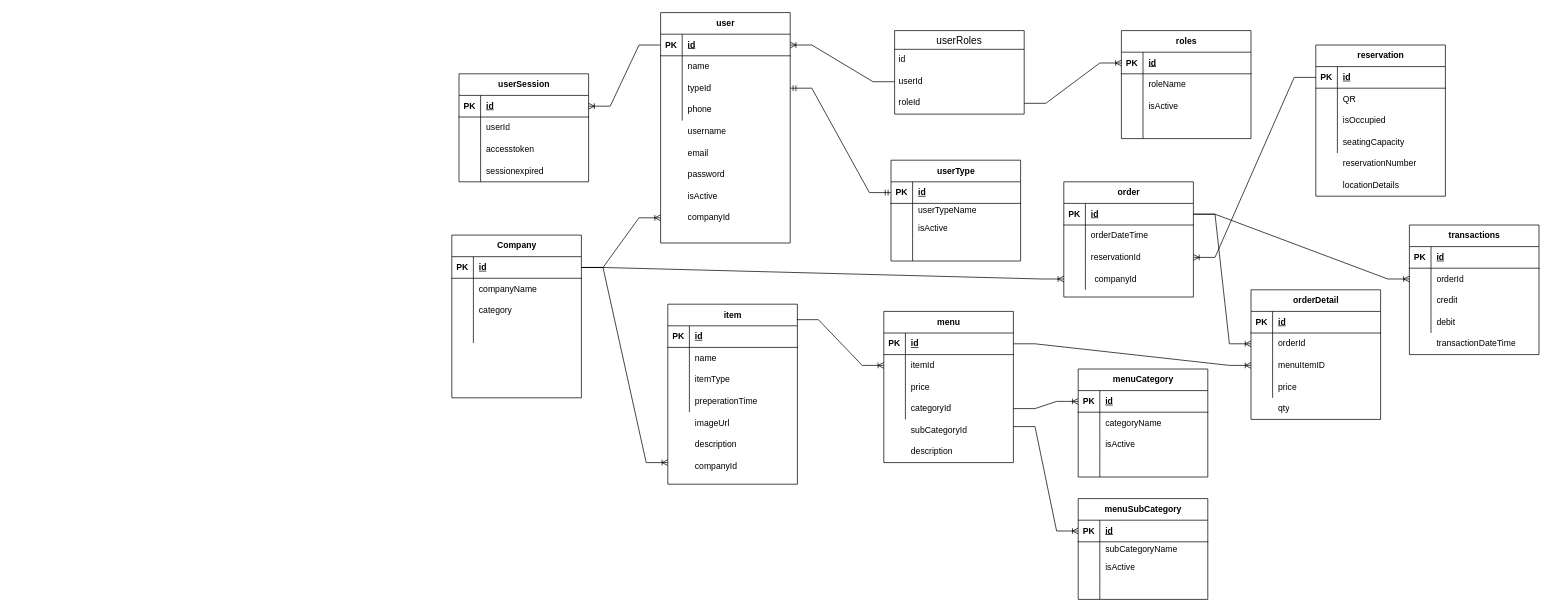
Before: resturant-erd.drawio in zakk616/resturant-erd, a draw.io diagram. Source tidied: cells renumbered, new cells numbered last; positions are measured from the earlier drawing's top-left corner, leaving out a move shared by most shapes. Both pictures are drawn from the tidied source at 72%, with x=0, y=0 at pixel (372, 12).
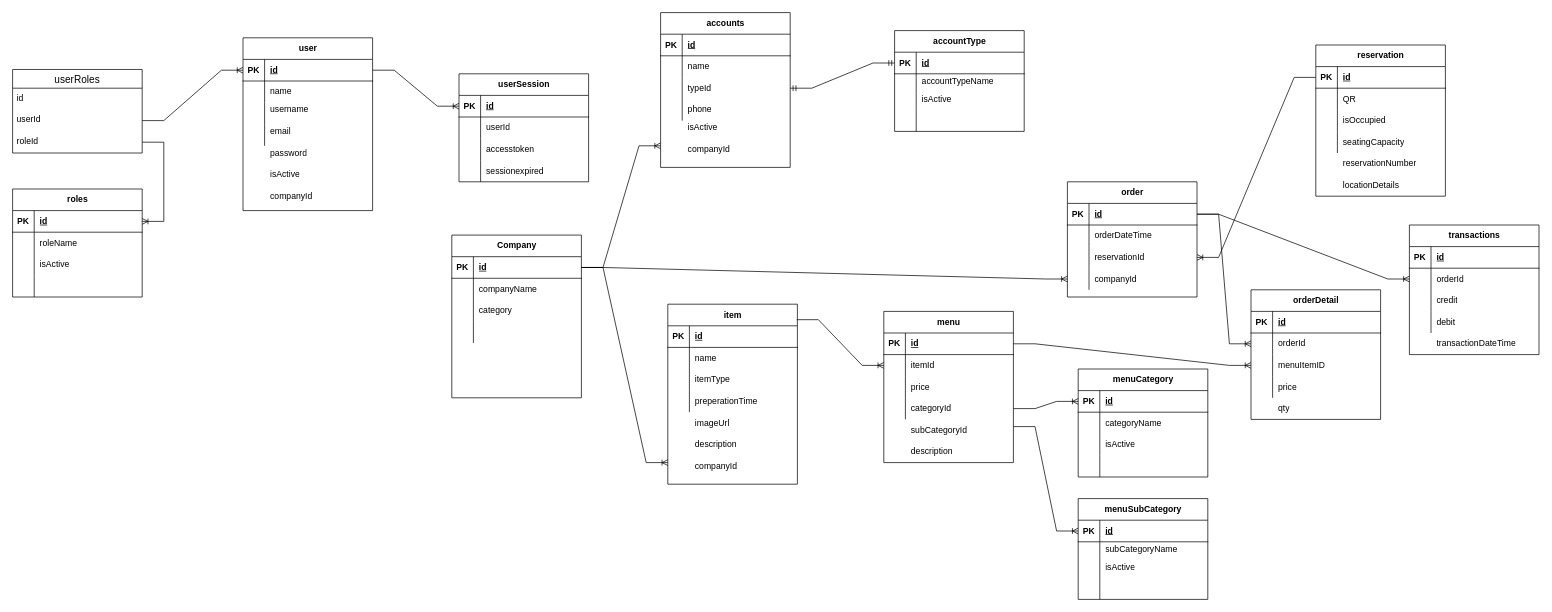
After the change.

Commit message:
separated user and accounts

Unchanged cells that the change refers to:
```xml
<mxCell id="3" style="shape=tableRow;horizontal=0;startSize=0;swimlaneHead=0;swimlaneBody=0;fillColor=none;points=[[0,0.5],[1,0.5]];portConstraint=eastwest;top=0;left=0;right=0;bottom=1;" parent="2" vertex="1">
  <mxGeometry y="30" width="180" height="30" as="geometry" />
</mxCell>
<mxCell id="19" style="shape=tableRow;horizontal=0;startSize=0;swimlaneHead=0;swimlaneBody=0;fillColor=none;top=0;left=0;right=0;bottom=0;" parent="15" vertex="1">
  <mxGeometry y="60" width="180" height="20" as="geometry" />
</mxCell>
<mxCell id="29" style="shape=tableRow;horizontal=0;startSize=0;swimlaneHead=0;swimlaneBody=0;fillColor=none;points=[[0,0.5],[1,0.5]];portConstraint=eastwest;top=0;left=0;right=0;bottom=1;" parent="28" vertex="1">
  <mxGeometry y="30" width="180" height="30" as="geometry" />
</mxCell>
<mxCell id="48" value="userId" style="text;strokeColor=none;fillColor=none;spacingLeft=4;spacingRight=4;overflow=hidden;points=[[0,0.5],[1,0.5]];portConstraint=eastwest;fontSize=12;whiteSpace=wrap;html=1;" parent="46" vertex="1">
  <mxGeometry y="56" width="180" height="30" as="geometry" />
</mxCell>
<mxCell id="49" value="roleId" style="text;strokeColor=none;fillColor=none;spacingLeft=4;spacingRight=4;overflow=hidden;points=[[0,0.5],[1,0.5]];portConstraint=eastwest;fontSize=12;whiteSpace=wrap;html=1;" parent="46" vertex="1">
  <mxGeometry y="86" width="180" height="30" as="geometry" />
</mxCell>
<mxCell id="173" style="shape=tableRow;horizontal=0;startSize=0;swimlaneHead=0;swimlaneBody=0;fillColor=none;points=[[0,0.5],[1,0.5]];portConstraint=eastwest;top=0;left=0;right=0;bottom=1;" parent="172" vertex="1">
  <mxGeometry y="30" width="180" height="30" as="geometry" />
</mxCell>
<mxCell id="187" style="shape=tableRow;horizontal=0;startSize=0;swimlaneHead=0;swimlaneBody=0;fillColor=none;points=[[0,0.5],[1,0.5]];portConstraint=eastwest;top=0;left=0;right=0;bottom=1;" parent="186" vertex="1">
  <mxGeometry y="30" width="180" height="30" as="geometry" />
</mxCell>
```

The edit, as a diff of the source:
```diff
@@
-    <mxCell id="2" value="user" style="shape=table;startSize=30;childLayout=tableLayout;rowLines=0;fontStyle=1;align=center;html=1;" parent="1" vertex="1">
-      <mxGeometry x="400" width="180" height="320" as="geometry" />
+    <mxCell id="2" value="accounts" style="shape=table;startSize=30;childLayout=tableLayout;rowLines=0;fontStyle=1;align=center;html=1;" parent="1" vertex="1">
+      <mxGeometry x="400" width="180" height="215" as="geometry" />
     </mxCell>
@@
-    <mxCell id="15" value="userType" style="shape=table;startSize=30;childLayout=tableLayout;rowLines=0;fontStyle=1;align=center;html=1;" parent="1" vertex="1">
-      <mxGeometry x="720" y="205" width="180" height="140" as="geometry" />
+    <mxCell id="15" value="accountType" style="shape=table;startSize=30;childLayout=tableLayout;rowLines=0;fontStyle=1;align=center;html=1;" parent="1" vertex="1">
+      <mxGeometry x="725" y="25" width="180" height="140" as="geometry" />
     </mxCell>
@@
-    <mxCell id="21" value="userTypeName" style="shape=partialRectangle;fillColor=none;top=0;left=0;bottom=0;right=0;align=left;spacingLeft=6;overflow=hidden;whiteSpace=wrap;html=1;" parent="19" vertex="1">
+    <mxCell id="21" value="accountTypeName" style="shape=partialRectangle;fillColor=none;top=0;left=0;bottom=0;right=0;align=left;spacingLeft=6;overflow=hidden;whiteSpace=wrap;html=1;" parent="19" vertex="1">
       <mxGeometry x="30" width="150" height="20" as="geometry" />
     </mxCell>
@@
     <mxCell id="28" value="roles" style="shape=table;startSize=30;childLayout=tableLayout;rowLines=0;fontStyle=1;align=center;html=1;" parent="1" vertex="1">
-      <mxGeometry x="1040" y="25" width="180" height="150" as="geometry" />
+      <mxGeometry x="-500" y="245" width="180" height="150" as="geometry" />
     </mxCell>
@@
-    <mxCell id="42" value="username" style="shape=partialRectangle;fillColor=none;top=0;left=0;bottom=0;right=0;align=left;spacingLeft=6;overflow=hidden;whiteSpace=wrap;html=1;" parent="1" vertex="1">
-      <mxGeometry x="430" y="150" width="150" height="30" as="geometry" />
-    </mxCell>
-    <mxCell id="43" value="email" style="shape=partialRectangle;fillColor=none;top=0;left=0;bottom=0;right=0;align=left;spacingLeft=6;overflow=hidden;whiteSpace=wrap;html=1;" parent="1" vertex="1">
-      <mxGeometry x="430" y="180" width="150" height="30" as="geometry" />
-    </mxCell>
-    <mxCell id="44" value="password" style="shape=partialRectangle;fillColor=none;top=0;left=0;bottom=0;right=0;align=left;spacingLeft=6;overflow=hidden;whiteSpace=wrap;html=1;" parent="1" vertex="1">
-      <mxGeometry x="430" y="210" width="150" height="30" as="geometry" />
-    </mxCell>
     <mxCell id="45" value="isActive" style="shape=partialRectangle;fillColor=none;top=0;left=0;bottom=0;right=0;align=left;spacingLeft=6;overflow=hidden;whiteSpace=wrap;html=1;" parent="1" vertex="1">
-      <mxGeometry x="430" y="240" width="150" height="30" as="geometry" />
+      <mxGeometry x="430" y="145" width="150" height="30" as="geometry" />
     </mxCell>
     <mxCell id="46" value="userRoles" style="swimlane;fontStyle=0;horizontal=1;startSize=26;align=center;fontSize=14;" parent="1" vertex="1">
-      <mxGeometry x="725" y="25" width="180" height="116" as="geometry" />
+      <mxGeometry x="-500" y="79" width="180" height="116" as="geometry" />
     </mxCell>
@@
-    <mxCell id="50" style="edgeStyle=entityRelationEdgeStyle;fontSize=12;html=1;endArrow=ERoneToMany;rounded=0;entryX=1;entryY=0.5;entryDx=0;entryDy=0;" parent="1" edge="1" source="48" target="3">
+    <mxCell id="50" style="edgeStyle=entityRelationEdgeStyle;fontSize=12;html=1;endArrow=ERoneToMany;rounded=0;" parent="1" edge="1" source="48" target="206">
       <mxGeometry relative="1" as="geometry" />
     </mxCell>
-    <mxCell id="51" style="edgeStyle=entityRelationEdgeStyle;fontSize=12;html=1;endArrow=ERoneToMany;rounded=0;entryX=0;entryY=0.5;entryDx=0;entryDy=0;exitX=1;exitY=0.5;exitDx=0;exitDy=0;" parent="1" edge="1" source="49" target="29">
-      <mxGeometry relative="1" as="geometry" />
+    <mxCell id="51" style="edgeStyle=entityRelationEdgeStyle;fontSize=12;html=1;endArrow=ERoneToMany;rounded=0;exitX=1;exitY=0.5;exitDx=0;exitDy=0;entryX=1;entryY=0.5;entryDx=0;entryDy=0;" parent="1" edge="1" source="49" target="29">
+      <mxGeometry relative="1" as="geometry">
+        <Array as="points">
+          <mxPoint x="-280" y="265" />
+        </Array>
+      </mxGeometry>
     </mxCell>
@@
     <mxCell id="111" value="order" style="shape=table;startSize=30;childLayout=tableLayout;rowLines=0;fontStyle=1;align=center;html=1;" parent="1" vertex="1">
-      <mxGeometry x="960" y="235" width="180" height="160" as="geometry" />
+      <mxGeometry x="965" y="235" width="180" height="160" as="geometry" />
     </mxCell>
@@
-    <mxCell id="185" style="edgeStyle=entityRelationEdgeStyle;fontSize=12;html=1;endArrow=ERoneToMany;rounded=0;exitX=0;exitY=0.5;exitDx=0;exitDy=0;entryX=1;entryY=0.5;entryDx=0;entryDy=0;" parent="1" edge="1" source="3" target="173">
+    <mxCell id="185" style="edgeStyle=entityRelationEdgeStyle;fontSize=12;html=1;endArrow=ERoneToMany;rounded=0;exitX=1;exitY=0.5;exitDx=0;exitDy=0;entryX=0;entryY=0.5;entryDx=0;entryDy=0;" parent="1" edge="1" source="206" target="173">
       <mxGeometry relative="1" as="geometry" />
     </mxCell>
@@
     <mxCell id="199" value="companyId" style="shape=partialRectangle;fillColor=none;top=0;left=0;bottom=0;right=0;align=left;spacingLeft=6;overflow=hidden;whiteSpace=wrap;html=1;" parent="1" vertex="1">
-      <mxGeometry x="430" y="270" width="150" height="30" as="geometry" />
+      <mxGeometry x="430" y="175" width="150" height="30" as="geometry" />
     </mxCell>
     <mxCell id="200" style="edgeStyle=entityRelationEdgeStyle;fontSize=12;html=1;endArrow=ERoneToMany;rounded=0;exitX=1;exitY=0.5;exitDx=0;exitDy=0;" parent="1" edge="1" source="187">
       <mxGeometry relative="1" as="geometry">
-        <mxPoint x="400" y="285" as="targetPoint" />
+        <mxPoint x="400" y="185" as="targetPoint" />
         <Array as="points">
           <mxPoint y="269" />
         </Array>
       </mxGeometry>
     </mxCell>
@@
+    <mxCell id="205" value="user" style="shape=table;startSize=30;childLayout=tableLayout;rowLines=0;fontStyle=1;align=center;html=1;" parent="1" vertex="1">
+      <mxGeometry x="-180" y="35" width="180" height="240" as="geometry" />
+    </mxCell>
+    <mxCell id="206" style="shape=tableRow;horizontal=0;startSize=0;swimlaneHead=0;swimlaneBody=0;fillColor=none;points=[[0,0.5],[1,0.5]];portConstraint=eastwest;top=0;left=0;right=0;bottom=1;" parent="205" vertex="1">
+      <mxGeometry y="30" width="180" height="30" as="geometry" />
+    </mxCell>
+    <mxCell id="207" value="PK" style="shape=partialRectangle;fillColor=none;top=0;left=0;bottom=0;right=0;fontStyle=1;overflow=hidden;whiteSpace=wrap;html=1;" parent="206" vertex="1">
+      <mxGeometry width="30" height="30" as="geometry" />
+    </mxCell>
+    <mxCell id="208" value="id" style="shape=partialRectangle;fillColor=none;top=0;left=0;bottom=0;right=0;align=left;spacingLeft=6;fontStyle=5;overflow=hidden;whiteSpace=wrap;html=1;" parent="206" vertex="1">
+      <mxGeometry x="30" width="150" height="30" as="geometry" />
+    </mxCell>
+    <mxCell id="209" style="shape=tableRow;horizontal=0;startSize=0;swimlaneHead=0;swimlaneBody=0;fillColor=none;top=0;left=0;right=0;bottom=0;" parent="205" vertex="1">
+      <mxGeometry y="60" width="180" height="30" as="geometry" />
+    </mxCell>
+    <mxCell id="210" style="shape=partialRectangle;fillColor=none;top=0;left=0;bottom=0;right=0;overflow=hidden;whiteSpace=wrap;html=1;" parent="209" vertex="1">
+      <mxGeometry width="30" height="30" as="geometry" />
+    </mxCell>
+    <mxCell id="211" value="name" style="shape=partialRectangle;fillColor=none;top=0;left=0;bottom=0;right=0;align=left;spacingLeft=6;overflow=hidden;whiteSpace=wrap;html=1;" parent="209" vertex="1">
+      <mxGeometry x="30" width="150" height="30" as="geometry" />
+    </mxCell>
+    <mxCell id="212" style="shape=tableRow;horizontal=0;startSize=0;swimlaneHead=0;swimlaneBody=0;fillColor=none;top=0;left=0;right=0;bottom=0;" parent="205" vertex="1">
+      <mxGeometry y="90" width="180" height="30" as="geometry" />
+    </mxCell>
+    <mxCell id="213" style="shape=partialRectangle;fillColor=none;top=0;left=0;bottom=0;right=0;overflow=hidden;whiteSpace=wrap;html=1;" parent="212" vertex="1">
+      <mxGeometry width="30" height="30" as="geometry" />
+    </mxCell>
+    <mxCell id="214" style="shape=partialRectangle;fillColor=none;top=0;left=0;bottom=0;right=0;align=left;spacingLeft=6;overflow=hidden;whiteSpace=wrap;html=1;" parent="212" vertex="1">
+      <mxGeometry x="30" width="150" height="30" as="geometry" />
+    </mxCell>
+    <mxCell id="215" style="shape=tableRow;horizontal=0;startSize=0;swimlaneHead=0;swimlaneBody=0;fillColor=none;top=0;left=0;right=0;bottom=0;" parent="205" vertex="1">
+      <mxGeometry y="120" width="180" height="30" as="geometry" />
+    </mxCell>
+    <mxCell id="216" style="shape=partialRectangle;fillColor=none;top=0;left=0;bottom=0;right=0;overflow=hidden;whiteSpace=wrap;html=1;" parent="215" vertex="1">
+      <mxGeometry width="30" height="30" as="geometry" />
+    </mxCell>
+    <mxCell id="217" style="shape=partialRectangle;fillColor=none;top=0;left=0;bottom=0;right=0;align=left;spacingLeft=6;overflow=hidden;whiteSpace=wrap;html=1;" parent="215" vertex="1">
+      <mxGeometry x="30" width="150" height="30" as="geometry" />
+    </mxCell>
+    <mxCell id="42" value="username" style="shape=partialRectangle;fillColor=none;top=0;left=0;bottom=0;right=0;align=left;spacingLeft=6;overflow=hidden;whiteSpace=wrap;html=1;" parent="1" vertex="1">
+      <mxGeometry x="-150" y="120" width="150" height="30" as="geometry" />
+    </mxCell>
+    <mxCell id="43" value="email" style="shape=partialRectangle;fillColor=none;top=0;left=0;bottom=0;right=0;align=left;spacingLeft=6;overflow=hidden;whiteSpace=wrap;html=1;" parent="1" vertex="1">
+      <mxGeometry x="-150" y="150" width="150" height="30" as="geometry" />
+    </mxCell>
+    <mxCell id="44" value="password" style="shape=partialRectangle;fillColor=none;top=0;left=0;bottom=0;right=0;align=left;spacingLeft=6;overflow=hidden;whiteSpace=wrap;html=1;" parent="1" vertex="1">
+      <mxGeometry x="-150" y="180" width="150" height="30" as="geometry" />
+    </mxCell>
+    <mxCell id="218" value="isActive" style="shape=partialRectangle;fillColor=none;top=0;left=0;bottom=0;right=0;align=left;spacingLeft=6;overflow=hidden;whiteSpace=wrap;html=1;" parent="1" vertex="1">
+      <mxGeometry x="-150" y="210" width="150" height="30" as="geometry" />
+    </mxCell>
+    <mxCell id="219" value="companyId" style="shape=partialRectangle;fillColor=none;top=0;left=0;bottom=0;right=0;align=left;spacingLeft=6;overflow=hidden;whiteSpace=wrap;html=1;" parent="1" vertex="1">
+      <mxGeometry x="-150" y="240" width="150" height="30" as="geometry" />
+    </mxCell>
```
